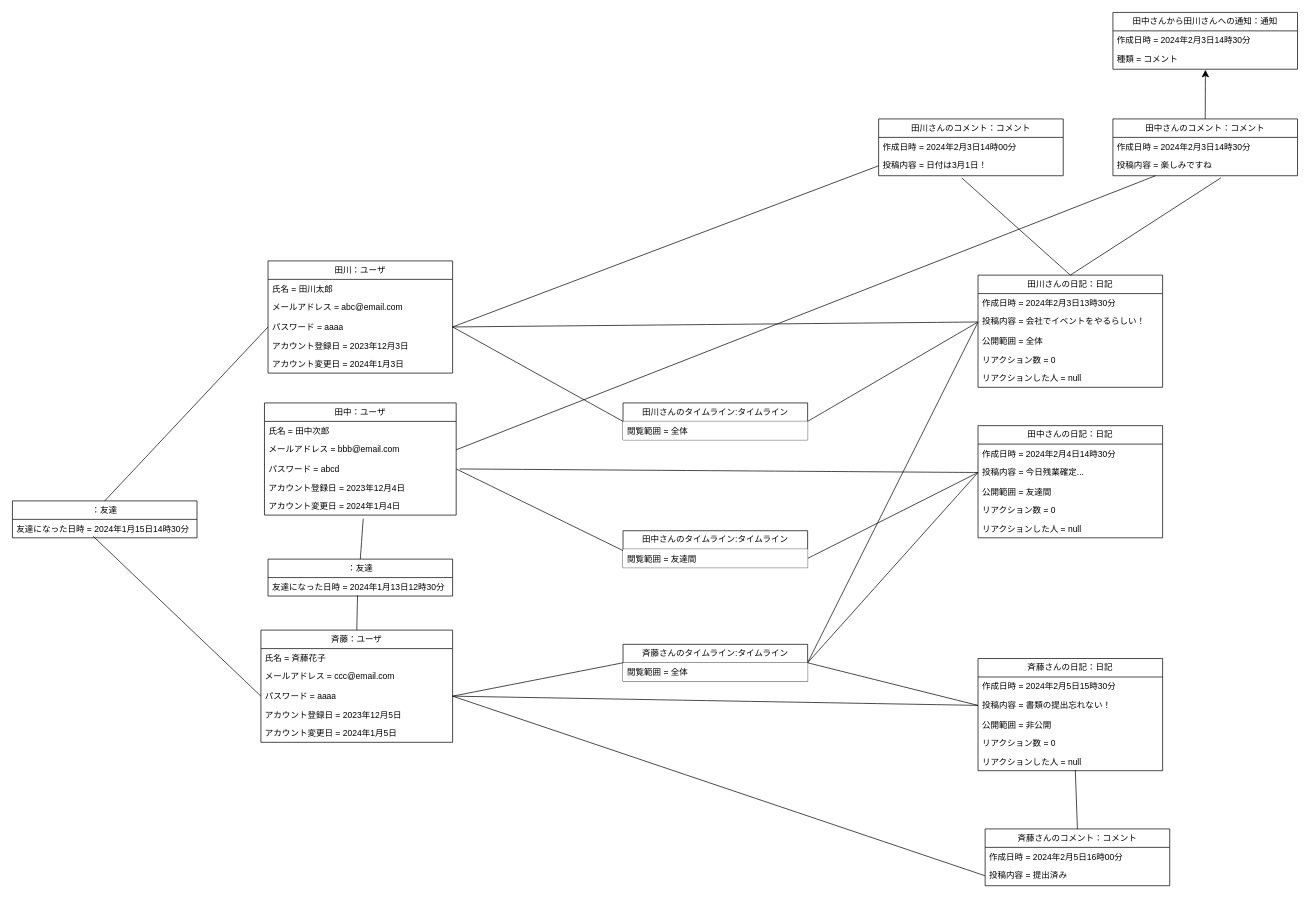
Above: 概念モデル/09_友達の日記にコメントする/友達の日記にコメントする.drawio in tawainfer/scorpio (draw.io), before the change. Source tidied: cells renumbered, new cells numbered last; positions are measured from the earlier drawing's top-left corner, leaving out a move shared by most shapes. Both pictures are drawn from the tidied source at 71%, with x=0, y=0 at pixel (12, 12).
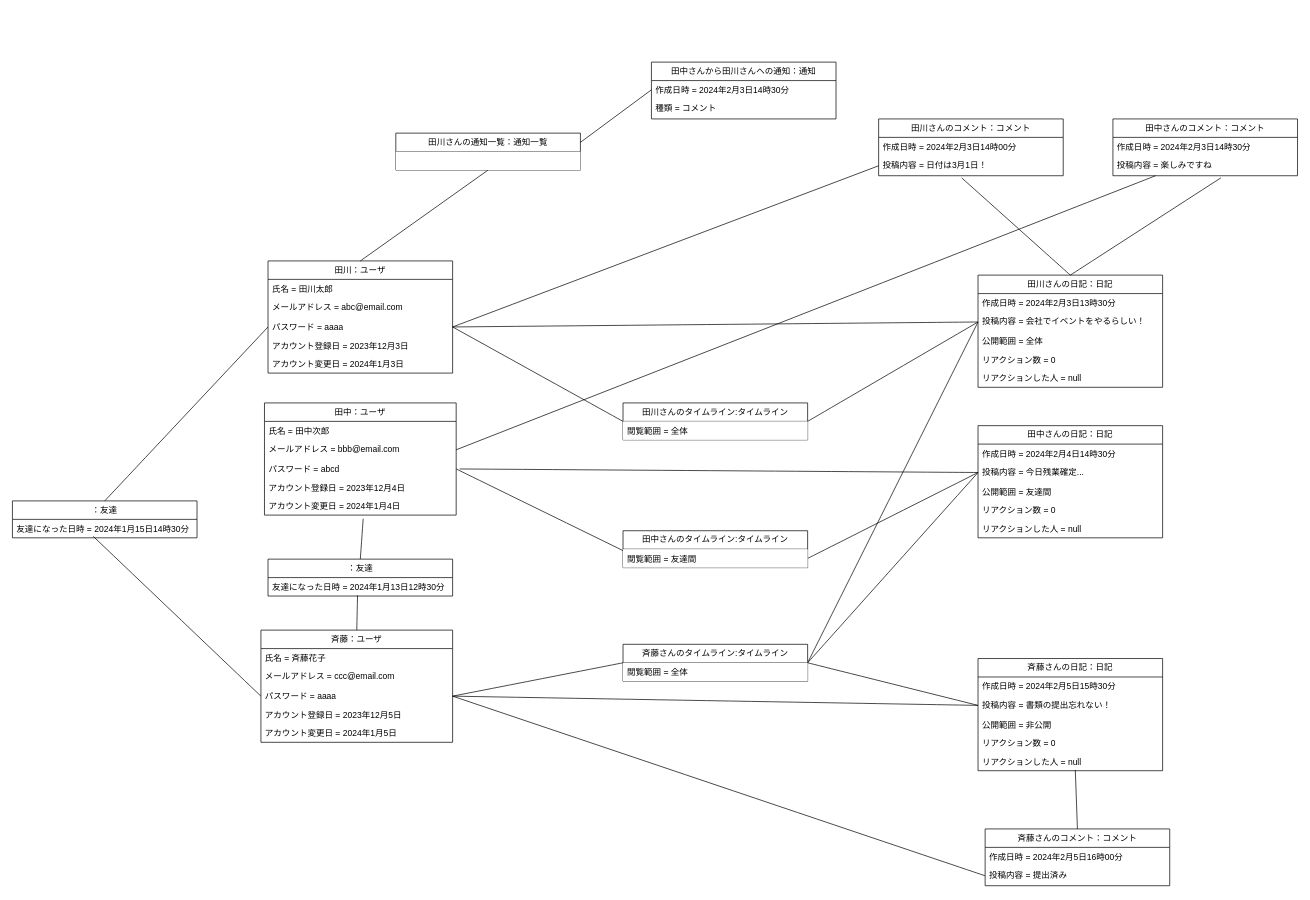
Above is the later version.

Unchanged cells that the change refers to:
```xml
<mxCell id="2" value="田川：ユーザ" style="swimlane;fontStyle=0;horizontal=1;startSize=26;fillColor=none;whiteSpace=wrap;html=1;" parent="1" vertex="1">
  <mxGeometry x="360" y="350" width="260" height="158" as="geometry" />
</mxCell>
<mxCell id="79" value="作成日時 =&amp;nbsp;2024年2月3日14時30分" style="text;strokeColor=none;fillColor=none;align=left;verticalAlign=top;spacingLeft=4;spacingRight=4;overflow=hidden;points=[[0,0.5],[1,0.5]];portConstraint=eastwest;whiteSpace=wrap;html=1;" parent="78" vertex="1">
  <mxGeometry y="26" width="260" height="26" as="geometry" />
</mxCell>
<mxCell id="80" value="種類 = コメント" style="text;strokeColor=none;fillColor=none;align=left;verticalAlign=top;spacingLeft=4;spacingRight=4;overflow=hidden;points=[[0,0.5],[1,0.5]];portConstraint=eastwest;whiteSpace=wrap;html=1;" parent="78" vertex="1">
  <mxGeometry y="52" width="260" height="28" as="geometry" />
</mxCell>
```

Change to the diagram source:
```diff
@@
     <mxCell id="78" value="田中さんから田川さんへの通知：通知" style="swimlane;fontStyle=0;horizontal=1;startSize=26;fillColor=none;whiteSpace=wrap;html=1;" parent="1" vertex="1">
-      <mxGeometry x="1550" width="260" height="80" as="geometry" />
+      <mxGeometry x="900" y="70" width="260" height="80" as="geometry" />
     </mxCell>
@@
-    <mxCell id="81" style="edgeStyle=none;curved=1;rounded=0;jettySize=auto;html=1;exitX=0.5;exitY=0;exitDx=0;exitDy=0;entryX=0.501;entryY=1.03;entryDx=0;entryDy=0;entryPerimeter=0;fontSize=12;startSize=8;endSize=8;" parent="1" edge="1" target="80">
-      <mxGeometry relative="1" as="geometry">
-        <mxPoint x="1680" y="150" as="sourcePoint" />
-      </mxGeometry>
-    </mxCell>
+    <mxCell id="82" style="rounded=0;jettySize=auto;html=1;exitX=0.5;exitY=1;exitDx=0;exitDy=0;entryX=0.5;entryY=0;entryDx=0;entryDy=0;endArrow=none;endFill=0;" parent="1" edge="1" source="83" target="2">
+      <mxGeometry relative="1" as="geometry" />
+    </mxCell>
+    <mxCell id="83" value="田川さんの通知一覧：通知一覧" style="swimlane;fontStyle=0;horizontal=1;startSize=26;fillColor=default;whiteSpace=wrap;html=1;" parent="1" vertex="1">
+      <mxGeometry x="540" y="170" width="260" height="52" as="geometry" />
+    </mxCell>
+    <mxCell id="84" style="text;strokeColor=none;fillColor=default;align=left;verticalAlign=top;spacingLeft=4;spacingRight=4;overflow=hidden;whiteSpace=wrap;html=1;" parent="83" vertex="1">
+      <mxGeometry y="26" width="260" height="26" as="geometry" />
+    </mxCell>
+    <mxCell id="85" style="rounded=0;jettySize=auto;html=1;exitX=0;exitY=0.5;exitDx=0;exitDy=0;entryX=1;entryY=0.25;entryDx=0;entryDy=0;endArrow=none;endFill=0;" parent="1" edge="1" source="79" target="83">
+      <mxGeometry relative="1" as="geometry" />
+    </mxCell>
```
